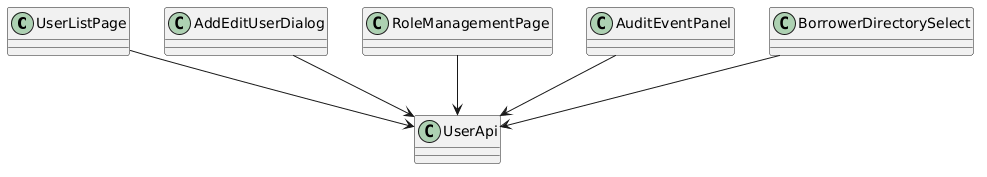
Before: docs/detailed-designs/diagrams/rendered/fe_class_user.png, a diagram exported from PlantUML (QuinntyneBrown/LendQ).
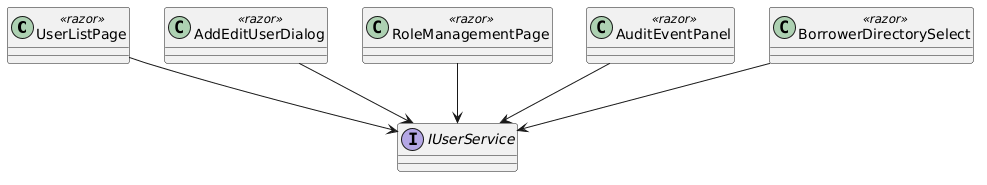
The same file after the commit.

The edit, as a diff of the source:
```diff
@@ -1,15 +1,15 @@
 @startuml
 skinparam classAttributeIconSize 0
-class UserListPage
-class AddEditUserDialog
-class RoleManagementPage
-class AuditEventPanel
-class BorrowerDirectorySelect
-class UserApi
+class UserListPage <<razor>>
+class AddEditUserDialog <<razor>>
+class RoleManagementPage <<razor>>
+class AuditEventPanel <<razor>>
+class BorrowerDirectorySelect <<razor>>
+interface IUserService
 
-UserListPage --> UserApi
-AddEditUserDialog --> UserApi
-RoleManagementPage --> UserApi
-AuditEventPanel --> UserApi
-BorrowerDirectorySelect --> UserApi
+UserListPage --> IUserService
+AddEditUserDialog --> IUserService
+RoleManagementPage --> IUserService
+AuditEventPanel --> IUserService
+BorrowerDirectorySelect --> IUserService
 @enduml
```
